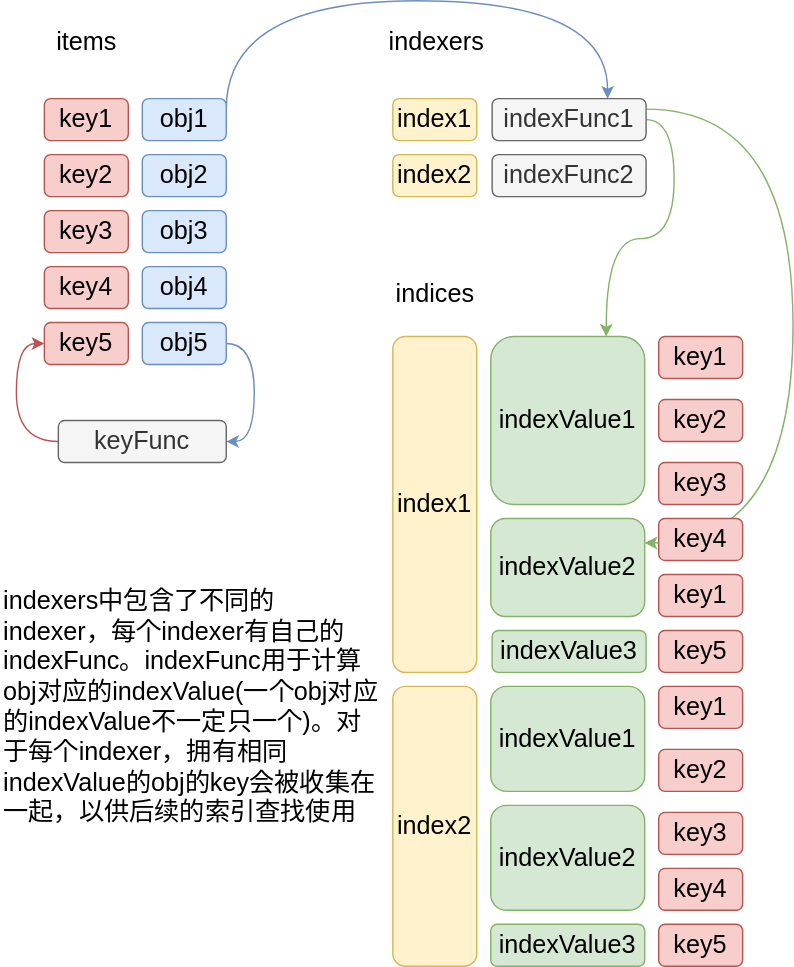
Earlier version of the draw.io export kubernetes/informer/informer.drawio.svg (XJT2976/codeAnalysisNote). Source tidied: cells renumbered, new cells last; positions are measured from the earlier drawing's top-left corner, leaving out a move shared by most shapes. Its diagram source:
```xml
<mxGraphModel background="#FFFFFF">
  <root>
    <mxCell id="0" />
    <mxCell id="1" parent="0" />
    <mxCell id="2" style="edgeStyle=orthogonalEdgeStyle;curved=1;jettySize=auto;html=1;exitX=1;exitY=0.25;exitDx=0;exitDy=0;entryX=1;entryY=0.25;entryDx=0;entryDy=0;fontSize=18;fillColor=#d5e8d4;strokeColor=#82b366;" parent="1" edge="1" source="21" target="27">
      <mxGeometry relative="1" as="geometry">
        <Array as="points">
          <mxPoint x="566" y="78" />
          <mxPoint x="566" y="388" />
        </Array>
      </mxGeometry>
    </mxCell>
    <mxCell id="3" value="key1" style="rounded=1;whiteSpace=wrap;html=1;fillColor=#f8cecc;strokeColor=#b85450;fontSize=18;" parent="1" vertex="1">
      <mxGeometry x="31" y="70" width="60" height="30" as="geometry" />
    </mxCell>
    <mxCell id="4" style="edgeStyle=orthogonalEdgeStyle;curved=1;jettySize=auto;html=1;exitX=1;exitY=0.25;exitDx=0;exitDy=0;entryX=0.75;entryY=0;entryDx=0;entryDy=0;fontSize=18;fillColor=#dae8fc;strokeColor=#6c8ebf;" parent="1" edge="1" source="5" target="21">
      <mxGeometry relative="1" as="geometry">
        <Array as="points">
          <mxPoint x="161" />
          <mxPoint x="434" />
        </Array>
      </mxGeometry>
    </mxCell>
    <mxCell id="5" value="obj1" style="rounded=1;whiteSpace=wrap;html=1;fillColor=#dae8fc;strokeColor=#6c8ebf;fontSize=18;" parent="1" vertex="1">
      <mxGeometry x="101" y="70" width="60" height="30" as="geometry" />
    </mxCell>
    <mxCell id="6" value="key2" style="rounded=1;whiteSpace=wrap;html=1;fillColor=#f8cecc;strokeColor=#b85450;fontSize=18;" parent="1" vertex="1">
      <mxGeometry x="31" y="110" width="60" height="30" as="geometry" />
    </mxCell>
    <mxCell id="7" value="obj2" style="rounded=1;whiteSpace=wrap;html=1;fillColor=#dae8fc;strokeColor=#6c8ebf;fontSize=18;" parent="1" vertex="1">
      <mxGeometry x="101" y="110" width="60" height="30" as="geometry" />
    </mxCell>
    <mxCell id="8" value="key3" style="rounded=1;whiteSpace=wrap;html=1;fillColor=#f8cecc;strokeColor=#b85450;fontSize=18;" parent="1" vertex="1">
      <mxGeometry x="31" y="150" width="60" height="30" as="geometry" />
    </mxCell>
    <mxCell id="9" value="obj3" style="rounded=1;whiteSpace=wrap;html=1;fillColor=#dae8fc;strokeColor=#6c8ebf;fontSize=18;" parent="1" vertex="1">
      <mxGeometry x="101" y="150" width="60" height="30" as="geometry" />
    </mxCell>
    <mxCell id="10" value="key4" style="rounded=1;whiteSpace=wrap;html=1;fillColor=#f8cecc;strokeColor=#b85450;fontSize=18;" parent="1" vertex="1">
      <mxGeometry x="31" y="190" width="60" height="30" as="geometry" />
    </mxCell>
    <mxCell id="11" value="obj4" style="rounded=1;whiteSpace=wrap;html=1;fillColor=#dae8fc;strokeColor=#6c8ebf;fontSize=18;" parent="1" vertex="1">
      <mxGeometry x="101" y="190" width="60" height="30" as="geometry" />
    </mxCell>
    <mxCell id="12" value="key5" style="rounded=1;whiteSpace=wrap;html=1;fillColor=#f8cecc;strokeColor=#b85450;fontSize=18;" parent="1" vertex="1">
      <mxGeometry x="31" y="230" width="60" height="30" as="geometry" />
    </mxCell>
    <mxCell id="13" style="edgeStyle=orthogonalEdgeStyle;curved=1;jettySize=auto;html=1;exitX=1;exitY=0.5;exitDx=0;exitDy=0;entryX=1;entryY=0.5;entryDx=0;entryDy=0;fontSize=18;fillColor=#dae8fc;strokeColor=#6c8ebf;" parent="1" edge="1" source="14" target="24">
      <mxGeometry relative="1" as="geometry" />
    </mxCell>
    <mxCell id="14" value="obj5" style="rounded=1;whiteSpace=wrap;html=1;fillColor=#dae8fc;strokeColor=#6c8ebf;fontSize=18;" parent="1" vertex="1">
      <mxGeometry x="101" y="230" width="60" height="30" as="geometry" />
    </mxCell>
    <mxCell id="15" value="items" style="text;html=1;align=center;verticalAlign=middle;fillColor=none;strokeColor=none;rounded=0;fontSize=18;" parent="1" vertex="1">
      <mxGeometry x="26" y="10" width="70" height="40" as="geometry" />
    </mxCell>
    <mxCell id="16" value="indexers" style="text;html=1;align=center;verticalAlign=middle;fillColor=none;strokeColor=none;rounded=0;fontSize=18;" parent="1" vertex="1">
      <mxGeometry x="266" y="10" width="90" height="40" as="geometry" />
    </mxCell>
    <mxCell id="17" value="index1" style="rounded=1;whiteSpace=wrap;html=1;fillColor=#fff2cc;strokeColor=#d6b656;fontSize=18;" parent="1" vertex="1">
      <mxGeometry x="280" y="70" width="60" height="30" as="geometry" />
    </mxCell>
    <mxCell id="18" value="index2" style="rounded=1;whiteSpace=wrap;html=1;fillColor=#fff2cc;strokeColor=#d6b656;fontSize=18;" parent="1" vertex="1">
      <mxGeometry x="280" y="110" width="60" height="30" as="geometry" />
    </mxCell>
    <mxCell id="19" value="indices" style="text;html=1;align=center;verticalAlign=middle;fillColor=none;strokeColor=none;rounded=0;fontSize=18;" parent="1" vertex="1">
      <mxGeometry x="270" y="190" width="80" height="40" as="geometry" />
    </mxCell>
    <mxCell id="20" style="edgeStyle=orthogonalEdgeStyle;curved=1;jettySize=auto;html=1;exitX=1;exitY=0.5;exitDx=0;exitDy=0;entryX=0.75;entryY=0;entryDx=0;entryDy=0;fontSize=18;fillColor=#d5e8d4;strokeColor=#82b366;" parent="1" edge="1" source="21" target="26">
      <mxGeometry relative="1" as="geometry" />
    </mxCell>
    <mxCell id="21" value="indexFunc1" style="rounded=1;whiteSpace=wrap;html=1;fillColor=#f5f5f5;strokeColor=#666666;fontSize=18;fontColor=#333333;" parent="1" vertex="1">
      <mxGeometry x="351" y="70" width="110" height="30" as="geometry" />
    </mxCell>
    <mxCell id="22" value="indexFunc2" style="rounded=1;whiteSpace=wrap;html=1;fillColor=#f5f5f5;strokeColor=#666666;fontSize=18;fontColor=#333333;" parent="1" vertex="1">
      <mxGeometry x="351" y="110" width="110" height="30" as="geometry" />
    </mxCell>
    <mxCell id="23" style="edgeStyle=orthogonalEdgeStyle;curved=1;jettySize=auto;html=1;exitX=0;exitY=0.5;exitDx=0;exitDy=0;entryX=0;entryY=0.5;entryDx=0;entryDy=0;fontSize=18;fillColor=#f8cecc;strokeColor=#b85450;" parent="1" edge="1" source="24" target="12">
      <mxGeometry relative="1" as="geometry" />
    </mxCell>
    <mxCell id="24" value="keyFunc" style="rounded=1;whiteSpace=wrap;html=1;fillColor=#f5f5f5;strokeColor=#666666;fontSize=18;fontColor=#333333;" parent="1" vertex="1">
      <mxGeometry x="41" y="300" width="120" height="30" as="geometry" />
    </mxCell>
    <mxCell id="25" value="index1" style="rounded=1;whiteSpace=wrap;html=1;fillColor=#fff2cc;strokeColor=#d6b656;fontSize=18;" parent="1" vertex="1">
      <mxGeometry x="280" y="240" width="60" height="240" as="geometry" />
    </mxCell>
    <mxCell id="26" value="indexValue1" style="rounded=1;whiteSpace=wrap;html=1;fillColor=#d5e8d4;strokeColor=#82b366;fontSize=18;" parent="1" vertex="1">
      <mxGeometry x="350" y="240" width="110" height="120" as="geometry" />
    </mxCell>
    <mxCell id="27" value="indexValue2" style="rounded=1;whiteSpace=wrap;html=1;fillColor=#d5e8d4;strokeColor=#82b366;fontSize=18;" parent="1" vertex="1">
      <mxGeometry x="350" y="370" width="110" height="70" as="geometry" />
    </mxCell>
    <mxCell id="28" value="indexValue3" style="rounded=1;whiteSpace=wrap;html=1;fillColor=#d5e8d4;strokeColor=#82b366;fontSize=18;" parent="1" vertex="1">
      <mxGeometry x="351" y="450" width="110" height="30" as="geometry" />
    </mxCell>
    <mxCell id="29" value="key1" style="rounded=1;whiteSpace=wrap;html=1;fillColor=#f8cecc;strokeColor=#b85450;fontSize=18;" parent="1" vertex="1">
      <mxGeometry x="470" y="240" width="60" height="30" as="geometry" />
    </mxCell>
    <mxCell id="30" value="key2" style="rounded=1;whiteSpace=wrap;html=1;fillColor=#f8cecc;strokeColor=#b85450;fontSize=18;" parent="1" vertex="1">
      <mxGeometry x="470" y="285" width="60" height="30" as="geometry" />
    </mxCell>
    <mxCell id="31" value="key3" style="rounded=1;whiteSpace=wrap;html=1;fillColor=#f8cecc;strokeColor=#b85450;fontSize=18;" parent="1" vertex="1">
      <mxGeometry x="470" y="330" width="60" height="30" as="geometry" />
    </mxCell>
    <mxCell id="32" value="key4" style="rounded=1;whiteSpace=wrap;html=1;fillColor=#f8cecc;strokeColor=#b85450;fontSize=18;" parent="1" vertex="1">
      <mxGeometry x="470" y="370" width="60" height="30" as="geometry" />
    </mxCell>
    <mxCell id="33" value="key5" style="rounded=1;whiteSpace=wrap;html=1;fillColor=#f8cecc;strokeColor=#b85450;fontSize=18;" parent="1" vertex="1">
      <mxGeometry x="470" y="450" width="60" height="30" as="geometry" />
    </mxCell>
    <mxCell id="34" value="index2" style="rounded=1;whiteSpace=wrap;html=1;fillColor=#fff2cc;strokeColor=#d6b656;fontSize=18;" parent="1" vertex="1">
      <mxGeometry x="280" y="490" width="60" height="200" as="geometry" />
    </mxCell>
    <mxCell id="35" value="indexValue1" style="rounded=1;whiteSpace=wrap;html=1;fillColor=#d5e8d4;strokeColor=#82b366;fontSize=18;" parent="1" vertex="1">
      <mxGeometry x="350" y="490" width="110" height="75" as="geometry" />
    </mxCell>
    <mxCell id="36" value="indexValue2" style="rounded=1;whiteSpace=wrap;html=1;fillColor=#d5e8d4;strokeColor=#82b366;fontSize=18;" parent="1" vertex="1">
      <mxGeometry x="350" y="575" width="110" height="75" as="geometry" />
    </mxCell>
    <mxCell id="37" value="indexValue3" style="rounded=1;whiteSpace=wrap;html=1;fillColor=#d5e8d4;strokeColor=#82b366;fontSize=18;" parent="1" vertex="1">
      <mxGeometry x="350" y="660" width="110" height="30" as="geometry" />
    </mxCell>
    <mxCell id="38" value="key1" style="rounded=1;whiteSpace=wrap;html=1;fillColor=#f8cecc;strokeColor=#b85450;fontSize=18;" parent="1" vertex="1">
      <mxGeometry x="470" y="490" width="60" height="30" as="geometry" />
    </mxCell>
    <mxCell id="39" value="key2" style="rounded=1;whiteSpace=wrap;html=1;fillColor=#f8cecc;strokeColor=#b85450;fontSize=18;" parent="1" vertex="1">
      <mxGeometry x="470" y="535" width="60" height="30" as="geometry" />
    </mxCell>
    <mxCell id="40" value="key3" style="rounded=1;whiteSpace=wrap;html=1;fillColor=#f8cecc;strokeColor=#b85450;fontSize=18;" parent="1" vertex="1">
      <mxGeometry x="470" y="580" width="60" height="30" as="geometry" />
    </mxCell>
    <mxCell id="41" value="key4" style="rounded=1;whiteSpace=wrap;html=1;fillColor=#f8cecc;strokeColor=#b85450;fontSize=18;" parent="1" vertex="1">
      <mxGeometry x="470" y="620" width="60" height="30" as="geometry" />
    </mxCell>
    <mxCell id="42" value="key5" style="rounded=1;whiteSpace=wrap;html=1;fillColor=#f8cecc;strokeColor=#b85450;fontSize=18;" parent="1" vertex="1">
      <mxGeometry x="470" y="660" width="60" height="30" as="geometry" />
    </mxCell>
    <mxCell id="43" value="indexers中包含了不同的indexer，每个indexer有自己的indexFunc。indexFunc用于计算obj对应的indexValue(一个obj对应的indexValue不一定只一个)。对于每个indexer，拥有相同indexValue的obj的key会被收集在一起，以供后续的索引查找使用" style="rounded=0;whiteSpace=wrap;html=1;fillColor=none;strokeColor=none;fontSize=18;align=left;" parent="1" vertex="1">
      <mxGeometry y="410" width="270" height="190" as="geometry" />
    </mxCell>
    <mxCell id="44" value="key1" style="rounded=1;whiteSpace=wrap;html=1;fillColor=#f8cecc;strokeColor=#b85450;fontSize=18;" parent="1" vertex="1">
      <mxGeometry x="470" y="410" width="60" height="30" as="geometry" />
    </mxCell>
  </root>
</mxGraphModel>
```
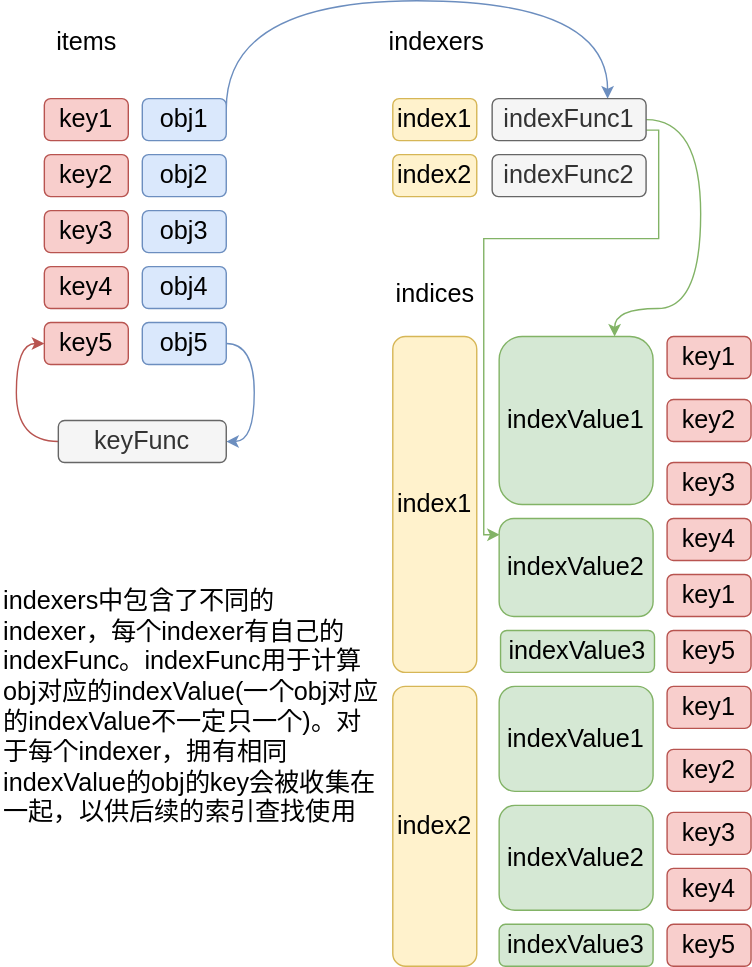
Later version of the same file.

Diff of the diagram source:
```diff
@@ -2,14 +2,6 @@
   <root>
     <mxCell id="0" />
     <mxCell id="1" parent="0" />
-    <mxCell id="2" style="edgeStyle=orthogonalEdgeStyle;curved=1;jettySize=auto;html=1;exitX=1;exitY=0.25;exitDx=0;exitDy=0;entryX=1;entryY=0.25;entryDx=0;entryDy=0;fontSize=18;fillColor=#d5e8d4;strokeColor=#82b366;" parent="1" edge="1" source="21" target="27">
-      <mxGeometry relative="1" as="geometry">
-        <Array as="points">
-          <mxPoint x="566" y="78" />
-          <mxPoint x="566" y="388" />
-        </Array>
-      </mxGeometry>
-    </mxCell>
     <mxCell id="3" value="key1" style="rounded=1;whiteSpace=wrap;html=1;fillColor=#f8cecc;strokeColor=#b85450;fontSize=18;" parent="1" vertex="1">
       <mxGeometry x="31" y="70" width="60" height="30" as="geometry" />
     </mxCell>
@@ -67,8 +59,24 @@
       <mxGeometry x="270" y="190" width="80" height="40" as="geometry" />
     </mxCell>
     <mxCell id="20" style="edgeStyle=orthogonalEdgeStyle;curved=1;jettySize=auto;html=1;exitX=1;exitY=0.5;exitDx=0;exitDy=0;entryX=0.75;entryY=0;entryDx=0;entryDy=0;fontSize=18;fillColor=#d5e8d4;strokeColor=#82b366;" parent="1" edge="1" source="21" target="26">
-      <mxGeometry relative="1" as="geometry" />
+      <mxGeometry relative="1" as="geometry">
+        <Array as="points">
+          <mxPoint x="500" y="85" />
+          <mxPoint x="500" y="220" />
+          <mxPoint x="439" y="220" />
+        </Array>
+      </mxGeometry>
     </mxCell>
+    <mxCell id="2" style="edgeStyle=orthogonalEdgeStyle;rounded=0;jettySize=auto;html=1;exitX=1;exitY=0.75;exitDx=0;exitDy=0;entryX=0.004;entryY=0.165;entryDx=0;entryDy=0;entryPerimeter=0;fontSize=18;fillColor=#d5e8d4;strokeColor=#82b366;" parent="1" edge="1" source="21" target="27">
+      <mxGeometry relative="1" as="geometry">
+        <Array as="points">
+          <mxPoint x="470" y="93" />
+          <mxPoint x="470" y="170" />
+          <mxPoint x="345" y="170" />
+          <mxPoint x="345" y="382" />
+        </Array>
+      </mxGeometry>
+    </mxCell>
     <mxCell id="21" value="indexFunc1" style="rounded=1;whiteSpace=wrap;html=1;fillColor=#f5f5f5;strokeColor=#666666;fontSize=18;fontColor=#333333;" parent="1" vertex="1">
       <mxGeometry x="351" y="70" width="110" height="30" as="geometry" />
     </mxCell>
@@ -85,61 +93,61 @@
       <mxGeometry x="280" y="240" width="60" height="240" as="geometry" />
     </mxCell>
     <mxCell id="26" value="indexValue1" style="rounded=1;whiteSpace=wrap;html=1;fillColor=#d5e8d4;strokeColor=#82b366;fontSize=18;" parent="1" vertex="1">
-      <mxGeometry x="350" y="240" width="110" height="120" as="geometry" />
+      <mxGeometry x="356" y="240" width="110" height="120" as="geometry" />
     </mxCell>
     <mxCell id="27" value="indexValue2" style="rounded=1;whiteSpace=wrap;html=1;fillColor=#d5e8d4;strokeColor=#82b366;fontSize=18;" parent="1" vertex="1">
-      <mxGeometry x="350" y="370" width="110" height="70" as="geometry" />
+      <mxGeometry x="356" y="370" width="110" height="70" as="geometry" />
     </mxCell>
     <mxCell id="28" value="indexValue3" style="rounded=1;whiteSpace=wrap;html=1;fillColor=#d5e8d4;strokeColor=#82b366;fontSize=18;" parent="1" vertex="1">
-      <mxGeometry x="351" y="450" width="110" height="30" as="geometry" />
+      <mxGeometry x="357" y="450" width="110" height="30" as="geometry" />
     </mxCell>
     <mxCell id="29" value="key1" style="rounded=1;whiteSpace=wrap;html=1;fillColor=#f8cecc;strokeColor=#b85450;fontSize=18;" parent="1" vertex="1">
-      <mxGeometry x="470" y="240" width="60" height="30" as="geometry" />
+      <mxGeometry x="476" y="240" width="60" height="30" as="geometry" />
     </mxCell>
     <mxCell id="30" value="key2" style="rounded=1;whiteSpace=wrap;html=1;fillColor=#f8cecc;strokeColor=#b85450;fontSize=18;" parent="1" vertex="1">
-      <mxGeometry x="470" y="285" width="60" height="30" as="geometry" />
+      <mxGeometry x="476" y="285" width="60" height="30" as="geometry" />
     </mxCell>
     <mxCell id="31" value="key3" style="rounded=1;whiteSpace=wrap;html=1;fillColor=#f8cecc;strokeColor=#b85450;fontSize=18;" parent="1" vertex="1">
-      <mxGeometry x="470" y="330" width="60" height="30" as="geometry" />
+      <mxGeometry x="476" y="330" width="60" height="30" as="geometry" />
     </mxCell>
     <mxCell id="32" value="key4" style="rounded=1;whiteSpace=wrap;html=1;fillColor=#f8cecc;strokeColor=#b85450;fontSize=18;" parent="1" vertex="1">
-      <mxGeometry x="470" y="370" width="60" height="30" as="geometry" />
+      <mxGeometry x="476" y="370" width="60" height="30" as="geometry" />
     </mxCell>
     <mxCell id="33" value="key5" style="rounded=1;whiteSpace=wrap;html=1;fillColor=#f8cecc;strokeColor=#b85450;fontSize=18;" parent="1" vertex="1">
-      <mxGeometry x="470" y="450" width="60" height="30" as="geometry" />
+      <mxGeometry x="476" y="450" width="60" height="30" as="geometry" />
     </mxCell>
     <mxCell id="34" value="index2" style="rounded=1;whiteSpace=wrap;html=1;fillColor=#fff2cc;strokeColor=#d6b656;fontSize=18;" parent="1" vertex="1">
       <mxGeometry x="280" y="490" width="60" height="200" as="geometry" />
     </mxCell>
     <mxCell id="35" value="indexValue1" style="rounded=1;whiteSpace=wrap;html=1;fillColor=#d5e8d4;strokeColor=#82b366;fontSize=18;" parent="1" vertex="1">
-      <mxGeometry x="350" y="490" width="110" height="75" as="geometry" />
+      <mxGeometry x="356" y="490" width="110" height="75" as="geometry" />
     </mxCell>
     <mxCell id="36" value="indexValue2" style="rounded=1;whiteSpace=wrap;html=1;fillColor=#d5e8d4;strokeColor=#82b366;fontSize=18;" parent="1" vertex="1">
-      <mxGeometry x="350" y="575" width="110" height="75" as="geometry" />
+      <mxGeometry x="356" y="575" width="110" height="75" as="geometry" />
     </mxCell>
     <mxCell id="37" value="indexValue3" style="rounded=1;whiteSpace=wrap;html=1;fillColor=#d5e8d4;strokeColor=#82b366;fontSize=18;" parent="1" vertex="1">
-      <mxGeometry x="350" y="660" width="110" height="30" as="geometry" />
+      <mxGeometry x="356" y="660" width="110" height="30" as="geometry" />
     </mxCell>
     <mxCell id="38" value="key1" style="rounded=1;whiteSpace=wrap;html=1;fillColor=#f8cecc;strokeColor=#b85450;fontSize=18;" parent="1" vertex="1">
-      <mxGeometry x="470" y="490" width="60" height="30" as="geometry" />
+      <mxGeometry x="476" y="490" width="60" height="30" as="geometry" />
     </mxCell>
     <mxCell id="39" value="key2" style="rounded=1;whiteSpace=wrap;html=1;fillColor=#f8cecc;strokeColor=#b85450;fontSize=18;" parent="1" vertex="1">
-      <mxGeometry x="470" y="535" width="60" height="30" as="geometry" />
+      <mxGeometry x="476" y="535" width="60" height="30" as="geometry" />
     </mxCell>
     <mxCell id="40" value="key3" style="rounded=1;whiteSpace=wrap;html=1;fillColor=#f8cecc;strokeColor=#b85450;fontSize=18;" parent="1" vertex="1">
-      <mxGeometry x="470" y="580" width="60" height="30" as="geometry" />
+      <mxGeometry x="476" y="580" width="60" height="30" as="geometry" />
     </mxCell>
     <mxCell id="41" value="key4" style="rounded=1;whiteSpace=wrap;html=1;fillColor=#f8cecc;strokeColor=#b85450;fontSize=18;" parent="1" vertex="1">
-      <mxGeometry x="470" y="620" width="60" height="30" as="geometry" />
+      <mxGeometry x="476" y="620" width="60" height="30" as="geometry" />
     </mxCell>
     <mxCell id="42" value="key5" style="rounded=1;whiteSpace=wrap;html=1;fillColor=#f8cecc;strokeColor=#b85450;fontSize=18;" parent="1" vertex="1">
-      <mxGeometry x="470" y="660" width="60" height="30" as="geometry" />
+      <mxGeometry x="476" y="660" width="60" height="30" as="geometry" />
     </mxCell>
     <mxCell id="43" value="indexers中包含了不同的indexer，每个indexer有自己的indexFunc。indexFunc用于计算obj对应的indexValue(一个obj对应的indexValue不一定只一个)。对于每个indexer，拥有相同indexValue的obj的key会被收集在一起，以供后续的索引查找使用" style="rounded=0;whiteSpace=wrap;html=1;fillColor=none;strokeColor=none;fontSize=18;align=left;" parent="1" vertex="1">
       <mxGeometry y="410" width="270" height="190" as="geometry" />
     </mxCell>
     <mxCell id="44" value="key1" style="rounded=1;whiteSpace=wrap;html=1;fillColor=#f8cecc;strokeColor=#b85450;fontSize=18;" parent="1" vertex="1">
-      <mxGeometry x="470" y="410" width="60" height="30" as="geometry" />
+      <mxGeometry x="476" y="410" width="60" height="30" as="geometry" />
     </mxCell>
   </root>
 </mxGraphModel>
```
